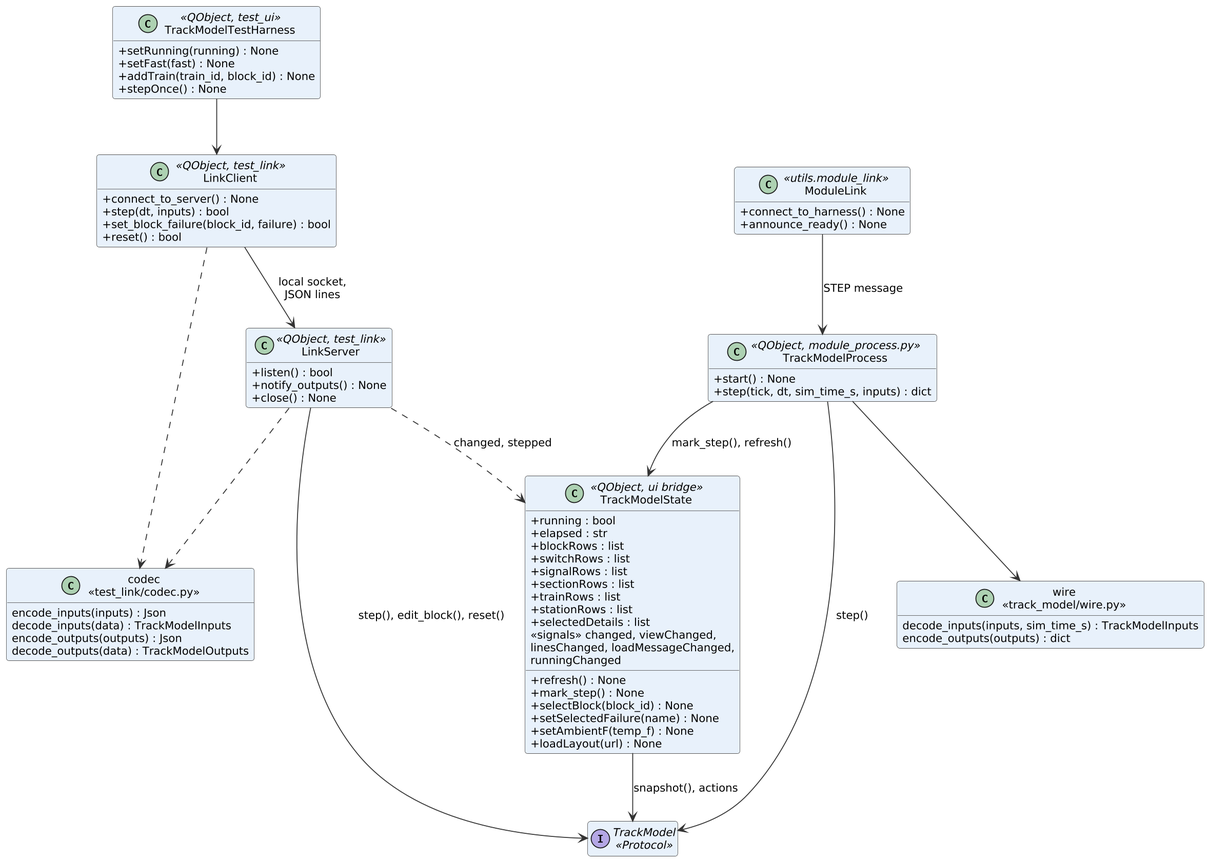
This is documents/uml/track_model/05_class_ui.png from Landiss04/Track-Overflow, a PlantUML export, as it was before one commit.
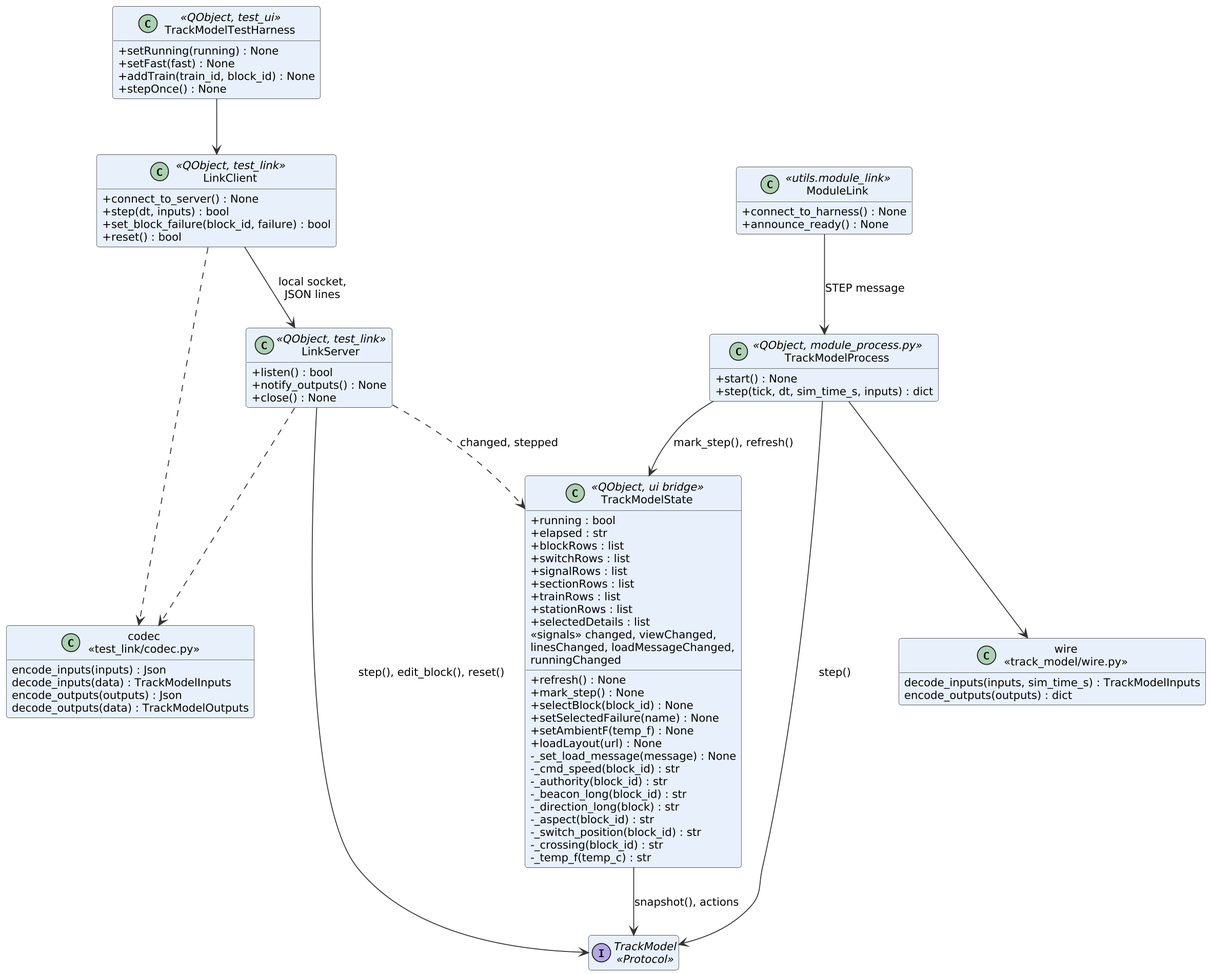
The same diagram one commit later.

The edit, as a diff of the source:
```diff
@@ -29,6 +29,15 @@
   +setSelectedFailure(name) : None
   +setAmbientF(temp_f) : None
   +loadLayout(url) : None
+  -_set_load_message(message) : None
+  -_cmd_speed(block_id) : str
+  -_authority(block_id) : str
+  -_beacon_long(block_id) : str
+  -_direction_long(block) : str
+  -_aspect(block_id) : str
+  -_switch_position(block_id) : str
+  -_crossing(block_id) : str
+  -_temp_f(temp_c) : str
   <<signals>> changed, viewChanged,
   linesChanged, loadMessageChanged,
   runningChanged
```
